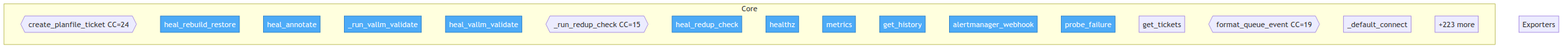
This is project/flow.png from semcod/koru, a Mermaid export, as it was before one commit. Its source is kept beside it as project/flow.mmd.
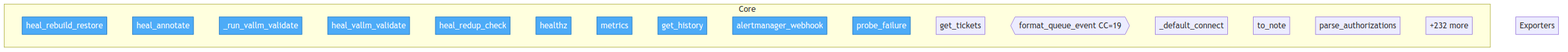
The same file after the commit.

The edit, as a diff of the source:
```diff
@@ -3,12 +3,10 @@
     classDef entry fill:#4dabf7,stroke:#1971c2,color:#fff
 
     subgraph Core
-        services__healing_webhook__app__create_planfile_ticket{{create_planfile_ticket CC=24}}
         services__healing_webhook__app__heal_rebuild_restore["heal_rebuild_restore"]
         services__healing_webhook__app__heal_annotate["heal_annotate"]
         services__healing_webhook__app___run_vallm_validate["_run_vallm_validate"]
         services__healing_webhook__app__heal_vallm_validate["heal_vallm_validate"]
-        services__healing_webhook__app___run_redup_check{{_run_redup_check CC=15}}
         services__healing_webhook__app__heal_redup_check["heal_redup_check"]
         services__healing_webhook__app__healthz["healthz"]
         services__healing_webhook__app__metrics["metrics"]
@@ -18,7 +16,9 @@
         services__healing_webhook__app__get_tickets["get_tickets"]
         src__koru__watch__format_queue_event{{format_queue_event CC=19}}
         src__koru__watch___default_connect["_default_connect"]
-        ...["+223 more"]
+        src__koru__gate__GateAuthorization__to_note["to_note"]
+        src__koru__gate__parse_authorizations["parse_authorizations"]
+        ...["+232 more"]
     end
 
     subgraph Exporters
```
